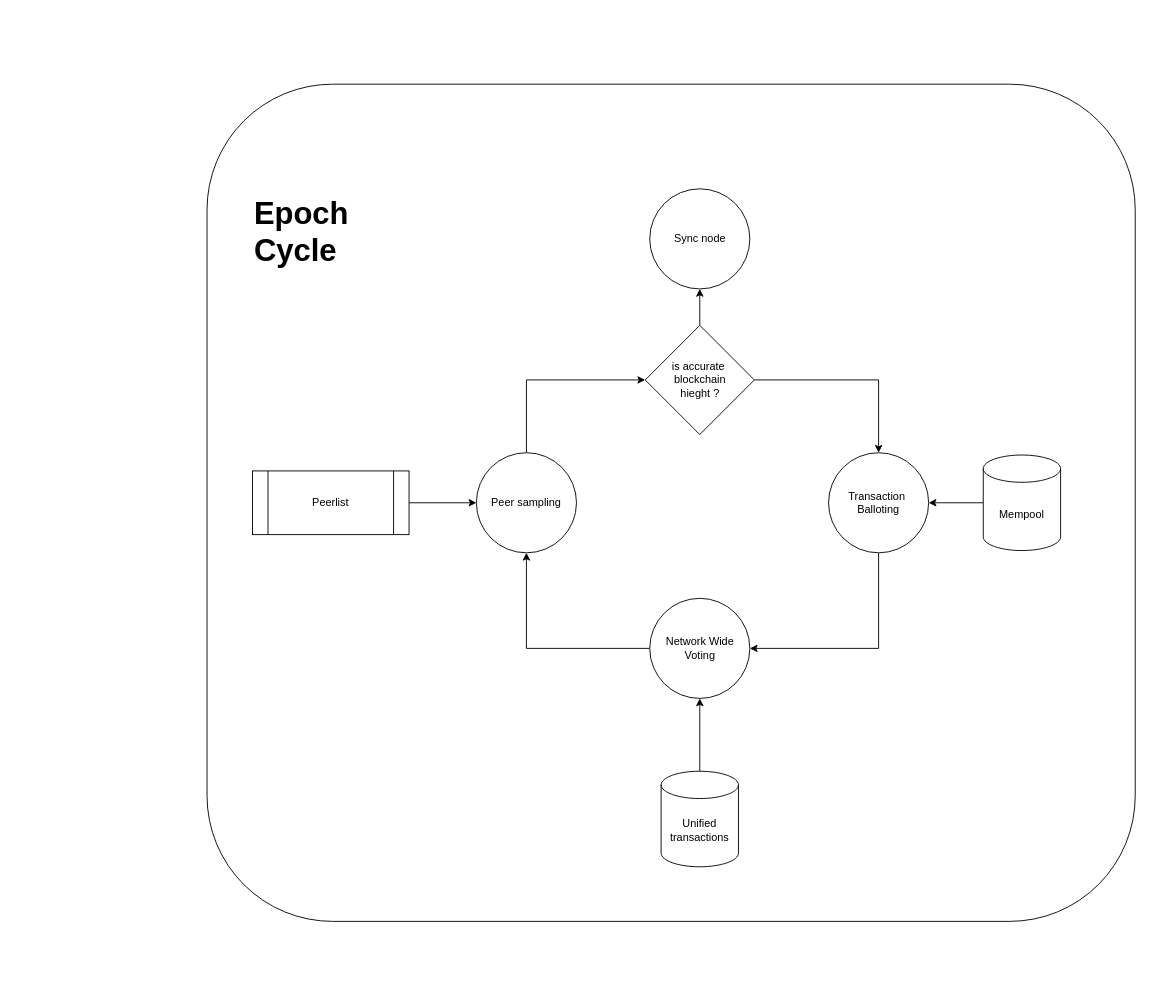
Before: BrytEpochCycle.drawio in ali-05-ahmed/Concept-Diagrams, a draw.io diagram. Source tidied: cells renumbered, new cells numbered last; positions are measured from the earlier drawing's top-left corner, leaving out a move shared by most shapes. Both pictures are drawn from the tidied source at 91%, with x=0, y=0 at pixel (207, 84).
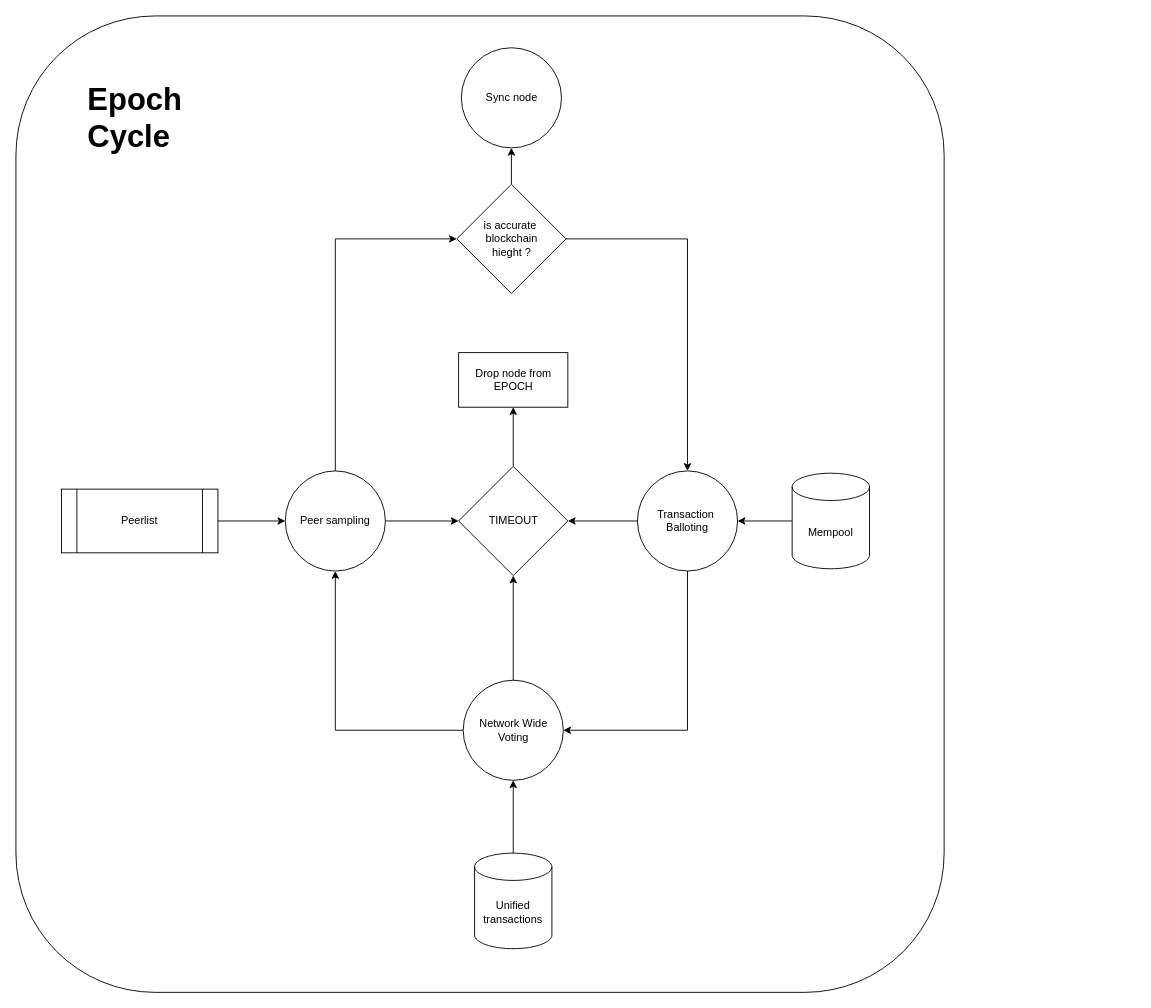
Above is the later version.

Diff of the diagram source:
```diff
@@
     <mxCell id="2" style="rounded=1;whiteSpace=wrap;html=1;" parent="1" vertex="1">
-      <mxGeometry width="1020" height="920" as="geometry" />
+      <mxGeometry x="-210" y="-75" width="1020" height="1073" as="geometry" />
     </mxCell>
     <mxCell id="3" style="edgeStyle=orthogonalEdgeStyle;rounded=0;jettySize=auto;html=1;entryX=0;entryY=0.5;entryDx=0;entryDy=0;" parent="1" edge="1" source="4" target="7">
       <mxGeometry relative="1" as="geometry">
         <Array as="points">
-          <mxPoint x="351" y="325" />
+          <mxPoint x="141" y="170" />
         </Array>
       </mxGeometry>
     </mxCell>
+    <mxCell id="20" style="edgeStyle=orthogonalEdgeStyle;rounded=0;jettySize=auto;html=1;" parent="1" edge="1" source="4" target="24">
+      <mxGeometry relative="1" as="geometry" />
+    </mxCell>
     <mxCell id="4" value="Peer sampling" style="ellipse;whiteSpace=wrap;html=1;" parent="1" vertex="1">
-      <mxGeometry x="296" y="405" width="110" height="110" as="geometry" />
+      <mxGeometry x="86" y="425" width="110" height="110" as="geometry" />
     </mxCell>
@@
     <mxCell id="7" value="is accurate&amp;nbsp;&lt;br&gt;blockchain&lt;br&gt;hieght ?" style="rhombus;whiteSpace=wrap;html=1;" parent="1" vertex="1">
-      <mxGeometry x="481.5" y="265" width="120" height="120" as="geometry" />
+      <mxGeometry x="274.5" y="110" width="120" height="120" as="geometry" />
     </mxCell>
     <mxCell id="8" value="Sync node" style="ellipse;whiteSpace=wrap;html=1;" parent="1" vertex="1">
-      <mxGeometry x="486.5" y="115" width="110" height="110" as="geometry" />
+      <mxGeometry x="279.5" y="-40" width="110" height="110" as="geometry" />
     </mxCell>
     <mxCell id="9" style="edgeStyle=orthogonalEdgeStyle;rounded=0;jettySize=auto;html=1;entryX=1;entryY=0.5;entryDx=0;entryDy=0;" parent="1" edge="1" source="10" target="14">
       <mxGeometry relative="1" as="geometry">
         <Array as="points">
-          <mxPoint x="738" y="620" />
+          <mxPoint x="528" y="710" />
         </Array>
       </mxGeometry>
     </mxCell>
+    <mxCell id="21" style="edgeStyle=orthogonalEdgeStyle;rounded=0;jettySize=auto;html=1;" parent="1" edge="1" source="10" target="24">
+      <mxGeometry relative="1" as="geometry" />
+    </mxCell>
     <mxCell id="10" value="Transaction&amp;nbsp;&lt;br&gt;Balloting" style="ellipse;whiteSpace=wrap;html=1;" parent="1" vertex="1">
-      <mxGeometry x="683" y="405" width="110" height="110" as="geometry" />
+      <mxGeometry x="473" y="425" width="110" height="110" as="geometry" />
     </mxCell>
@@
     <mxCell id="12" value="Mempool" style="shape=cylinder3;whiteSpace=wrap;html=1;boundedLbl=1;backgroundOutline=1;size=15;" parent="1" vertex="1">
-      <mxGeometry x="853" y="407.5" width="85" height="105" as="geometry" />
+      <mxGeometry x="643" y="427.5" width="85" height="105" as="geometry" />
     </mxCell>
@@
+    <mxCell id="22" style="edgeStyle=orthogonalEdgeStyle;rounded=0;jettySize=auto;html=1;entryX=0.5;entryY=1;entryDx=0;entryDy=0;" parent="1" edge="1" source="14" target="24">
+      <mxGeometry relative="1" as="geometry" />
+    </mxCell>
     <mxCell id="14" value="Network Wide&lt;br&gt;Voting" style="ellipse;whiteSpace=wrap;html=1;" parent="1" vertex="1">
-      <mxGeometry x="486.5" y="565" width="110" height="110" as="geometry" />
+      <mxGeometry x="281.5" y="655" width="110" height="110" as="geometry" />
     </mxCell>
@@
     <mxCell id="16" value="Unified&lt;br&gt;transactions" style="shape=cylinder3;whiteSpace=wrap;html=1;boundedLbl=1;backgroundOutline=1;size=15;" parent="1" vertex="1">
-      <mxGeometry x="499" y="755" width="85" height="105" as="geometry" />
+      <mxGeometry x="294" y="845" width="85" height="105" as="geometry" />
     </mxCell>
@@
     <mxCell id="18" value="Peerlist" style="shape=process;whiteSpace=wrap;html=1;backgroundOutline=1;" parent="1" vertex="1">
-      <mxGeometry x="50" y="425" width="172" height="70" as="geometry" />
+      <mxGeometry x="-160" y="445" width="172" height="70" as="geometry" />
     </mxCell>
     <mxCell id="19" value="&lt;h1 style=&quot;margin-top: 0px;&quot;&gt;&lt;span style=&quot;background-color: initial;&quot;&gt;&lt;font style=&quot;font-size: 34px;&quot;&gt;Epoch Cycle&lt;/font&gt;&lt;/span&gt;&lt;br&gt;&lt;/h1&gt;" style="text;html=1;whiteSpace=wrap;overflow=hidden;rounded=0;" parent="1" vertex="1">
-      <mxGeometry x="50" y="115" width="118" height="120" as="geometry" />
+      <mxGeometry x="-133" y="-10" width="118" height="120" as="geometry" />
     </mxCell>
+    <mxCell id="23" style="edgeStyle=orthogonalEdgeStyle;rounded=0;jettySize=auto;html=1;" parent="1" edge="1" source="24" target="25">
+      <mxGeometry relative="1" as="geometry" />
+    </mxCell>
+    <mxCell id="24" value="TIMEOUT" style="rhombus;whiteSpace=wrap;html=1;" parent="1" vertex="1">
+      <mxGeometry x="276.5" y="420" width="120" height="120" as="geometry" />
+    </mxCell>
+    <mxCell id="25" value="Drop node from EPOCH" style="whiteSpace=wrap;html=1;" parent="1" vertex="1">
+      <mxGeometry x="276.5" y="295" width="120" height="60" as="geometry" />
+    </mxCell>
```
